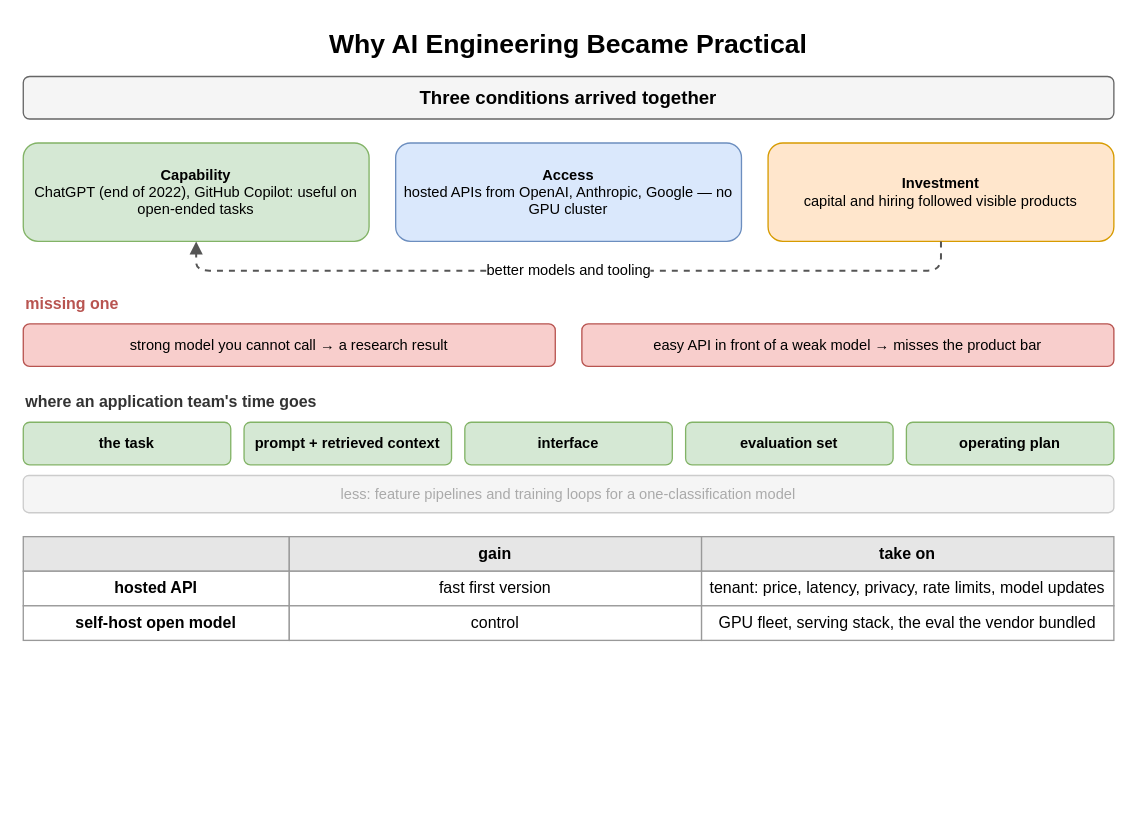
Above: page "Why AI Engineering Became Practical" (5 of 19) of content/10_AI_Engineering/01_Introduction_to_Building_AI_Applications_with_Foundation_Models/diagrams/ai-engineering-intro.drawio in amendez13/swe-study-guide (draw.io), before the change. Source tidied: cells renumbered, new cells numbered last; positions are measured from the earlier drawing's top-left corner, leaving out a move shared by most shapes. Both pictures are drawn from the tidied source at 133%, with x=0, y=0 at pixel (23, 23).
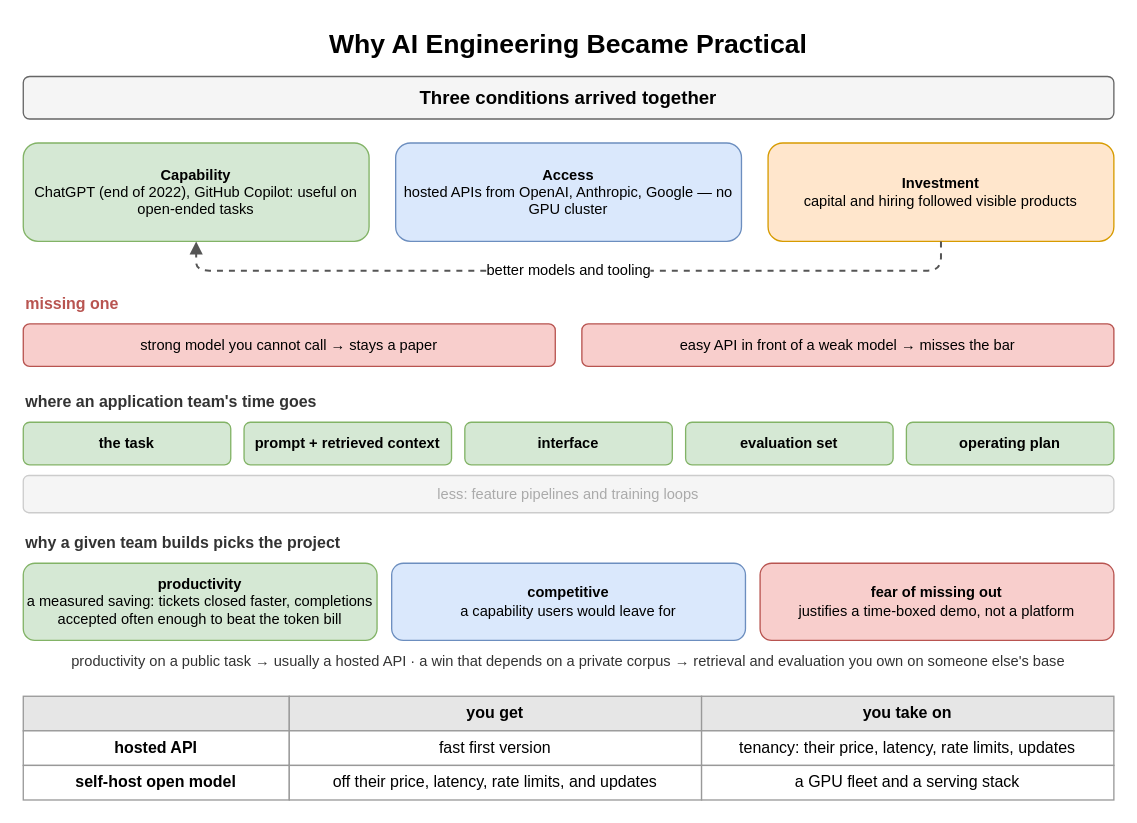
The same diagram, later.

Commit message (it also covers changes not shown here):
docs(ai-eng): redraw chapter 1 diagrams that drifted from the card text

What changed in the source:
```diff
@@
-    <mxCell id="9" value="strong model you cannot call → a research result" style="rounded=1;whiteSpace=wrap;html=1;fillColor=#f8cecc;strokeColor=#b85450;fontSize=11;align=center;" parent="1" vertex="1">
+    <mxCell id="9" value="strong model you cannot call → stays a paper" style="rounded=1;whiteSpace=wrap;html=1;fillColor=#f8cecc;strokeColor=#b85450;fontSize=11;align=center;" parent="1" vertex="1">
       <mxGeometry y="226" width="400" height="32" as="geometry" />
     </mxCell>
-    <mxCell id="10" value="easy API in front of a weak model → misses the product bar" style="rounded=1;whiteSpace=wrap;html=1;fillColor=#f8cecc;strokeColor=#b85450;fontSize=11;align=center;" parent="1" vertex="1">
+    <mxCell id="10" value="easy API in front of a weak model → misses the bar" style="rounded=1;whiteSpace=wrap;html=1;fillColor=#f8cecc;strokeColor=#b85450;fontSize=11;align=center;" parent="1" vertex="1">
       <mxGeometry x="420" y="226" width="400" height="32" as="geometry" />
     </mxCell>
@@
-    <mxCell id="17" value="less: feature pipelines and training loops for a one-classification model" style="rounded=1;whiteSpace=wrap;html=1;fillColor=#f5f5f5;strokeColor=#cccccc;fontSize=11;align=center;fontColor=#aaaaaa;" parent="1" vertex="1">
+    <mxCell id="17" value="less: feature pipelines and training loops" style="rounded=1;whiteSpace=wrap;html=1;fillColor=#f5f5f5;strokeColor=#cccccc;fontSize=11;align=center;fontColor=#aaaaaa;" parent="1" vertex="1">
       <mxGeometry y="340" width="820" height="28" as="geometry" />
     </mxCell>
+    <mxCell id="27" value="why a given team builds picks the project" style="text;html=1;whiteSpace=wrap;fontSize=11;align=left;verticalAlign=middle;fontSize=12;fontColor=#333333;fontStyle=1;" parent="1" vertex="1">
+      <mxGeometry y="382" width="600" height="18" as="geometry" />
+    </mxCell>
+    <mxCell id="28" value="productivity&lt;br&gt;&lt;span style='font-weight:normal'&gt;a measured saving: tickets closed faster, completions accepted often enough to beat the token bill&lt;/span&gt;" style="rounded=1;whiteSpace=wrap;html=1;fillColor=#d5e8d4;strokeColor=#82b366;fontSize=11;align=center;fontStyle=1;" parent="1" vertex="1">
+      <mxGeometry y="406" width="266" height="58" as="geometry" />
+    </mxCell>
+    <mxCell id="29" value="competitive&lt;br&gt;&lt;span style='font-weight:normal'&gt;a capability users would leave for&lt;/span&gt;" style="rounded=1;whiteSpace=wrap;html=1;fillColor=#dae8fc;strokeColor=#6c8ebf;fontSize=11;align=center;fontStyle=1;" parent="1" vertex="1">
+      <mxGeometry x="277" y="406" width="266" height="58" as="geometry" />
+    </mxCell>
+    <mxCell id="30" value="fear of missing out&lt;br&gt;&lt;span style='font-weight:normal'&gt;justifies a time-boxed demo, not a platform&lt;/span&gt;" style="rounded=1;whiteSpace=wrap;html=1;fillColor=#f8cecc;strokeColor=#b85450;fontSize=11;align=center;fontStyle=1;" parent="1" vertex="1">
+      <mxGeometry x="554" y="406" width="266" height="58" as="geometry" />
+    </mxCell>
+    <mxCell id="31" value="productivity on a public task → usually a hosted API · a win that depends on a private corpus → retrieval and evaluation you own on someone else's base" style="text;html=1;whiteSpace=wrap;fontSize=11;align=center;verticalAlign=middle;fontSize=11;fontColor=#333333;" parent="1" vertex="1">
+      <mxGeometry y="470" width="820" height="20" as="geometry" />
+    </mxCell>
     <mxCell id="18" style="whiteSpace=wrap;html=1;fillColor=#e6e6e6;strokeColor=#999999;fontStyle=1;fontSize=12;" parent="1" vertex="1">
-      <mxGeometry y="386" width="200" height="26" as="geometry" />
+      <mxGeometry y="506" width="200" height="26" as="geometry" />
     </mxCell>
-    <mxCell id="19" value="gain" style="whiteSpace=wrap;html=1;fillColor=#e6e6e6;strokeColor=#999999;fontStyle=1;fontSize=12;" parent="1" vertex="1">
-      <mxGeometry x="200" y="386" width="310" height="26" as="geometry" />
+    <mxCell id="19" value="you get" style="whiteSpace=wrap;html=1;fillColor=#e6e6e6;strokeColor=#999999;fontStyle=1;fontSize=12;" parent="1" vertex="1">
+      <mxGeometry x="200" y="506" width="310" height="26" as="geometry" />
     </mxCell>
-    <mxCell id="20" value="take on" style="whiteSpace=wrap;html=1;fillColor=#e6e6e6;strokeColor=#999999;fontStyle=1;fontSize=12;" parent="1" vertex="1">
-      <mxGeometry x="510" y="386" width="310" height="26" as="geometry" />
+    <mxCell id="20" value="you take on" style="whiteSpace=wrap;html=1;fillColor=#e6e6e6;strokeColor=#999999;fontStyle=1;fontSize=12;" parent="1" vertex="1">
+      <mxGeometry x="510" y="506" width="310" height="26" as="geometry" />
     </mxCell>
     <mxCell id="21" value="hosted API" style="whiteSpace=wrap;html=1;strokeColor=#999999;fontSize=12;fillColor=#ffffff;fontStyle=1;" parent="1" vertex="1">
-      <mxGeometry y="412" width="200" height="26" as="geometry" />
+      <mxGeometry y="532" width="200" height="26" as="geometry" />
     </mxCell>
     <mxCell id="22" value="fast first version" style="whiteSpace=wrap;html=1;strokeColor=#999999;fontSize=12;fillColor=#ffffff;" parent="1" vertex="1">
-      <mxGeometry x="200" y="412" width="310" height="26" as="geometry" />
+      <mxGeometry x="200" y="532" width="310" height="26" as="geometry" />
     </mxCell>
-    <mxCell id="23" value="tenant: price, latency, privacy, rate limits, model updates" style="whiteSpace=wrap;html=1;strokeColor=#999999;fontSize=12;fillColor=#ffffff;" parent="1" vertex="1">
-      <mxGeometry x="510" y="412" width="310" height="26" as="geometry" />
+    <mxCell id="23" value="tenancy: their price, latency, rate limits, updates" style="whiteSpace=wrap;html=1;strokeColor=#999999;fontSize=12;fillColor=#ffffff;" parent="1" vertex="1">
+      <mxGeometry x="510" y="532" width="310" height="26" as="geometry" />
     </mxCell>
     <mxCell id="24" value="self-host open model" style="whiteSpace=wrap;html=1;strokeColor=#999999;fontSize=12;fillColor=#ffffff;fontStyle=1;" parent="1" vertex="1">
-      <mxGeometry y="438" width="200" height="26" as="geometry" />
+      <mxGeometry y="558" width="200" height="26" as="geometry" />
     </mxCell>
-    <mxCell id="25" value="control" style="whiteSpace=wrap;html=1;strokeColor=#999999;fontSize=12;fillColor=#ffffff;" parent="1" vertex="1">
-      <mxGeometry x="200" y="438" width="310" height="26" as="geometry" />
+    <mxCell id="25" value="off their price, latency, rate limits, and updates" style="whiteSpace=wrap;html=1;strokeColor=#999999;fontSize=12;fillColor=#ffffff;" parent="1" vertex="1">
+      <mxGeometry x="200" y="558" width="310" height="26" as="geometry" />
     </mxCell>
-    <mxCell id="26" value="GPU fleet, serving stack, the eval the vendor bundled" style="whiteSpace=wrap;html=1;strokeColor=#999999;fontSize=12;fillColor=#ffffff;" parent="1" vertex="1">
-      <mxGeometry x="510" y="438" width="310" height="26" as="geometry" />
+    <mxCell id="26" value="a GPU fleet and a serving stack" style="whiteSpace=wrap;html=1;strokeColor=#999999;fontSize=12;fillColor=#ffffff;" parent="1" vertex="1">
+      <mxGeometry x="510" y="558" width="310" height="26" as="geometry" />
     </mxCell>
```
